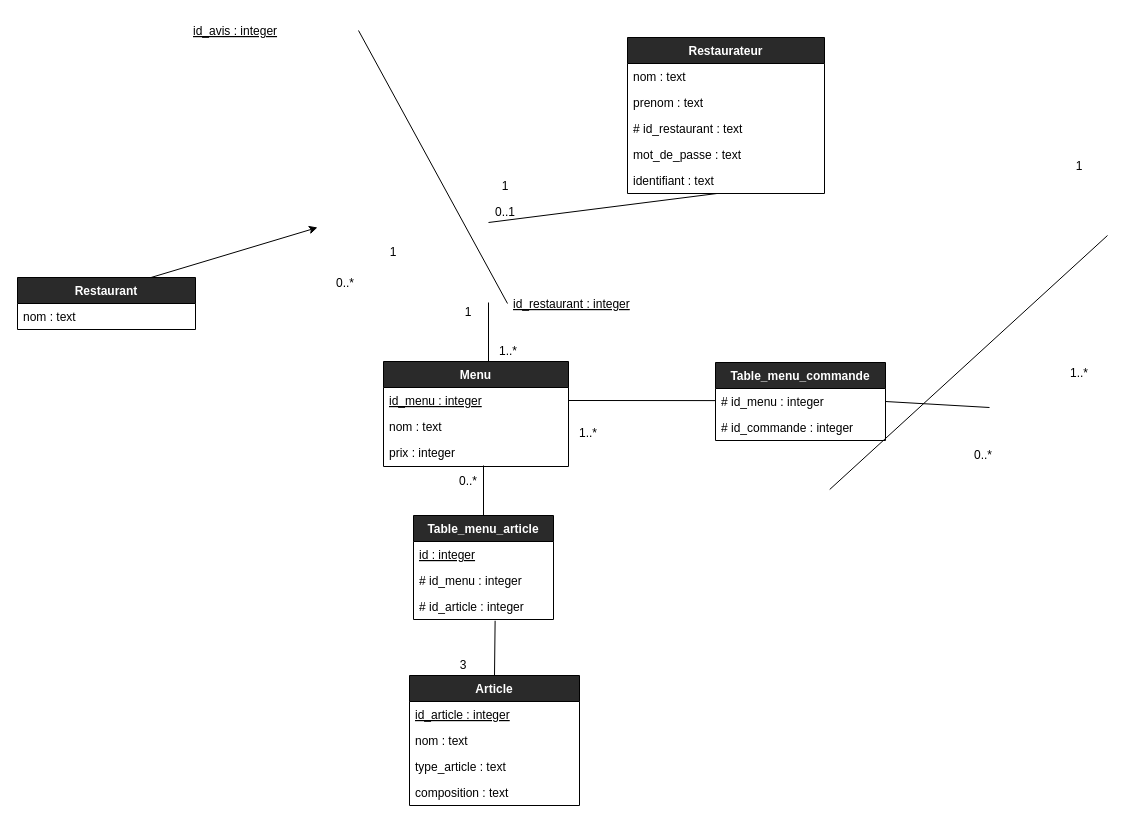
This is diagrammes/diagramme_logique.drawio from TheAIWizard/Ensaeats, a draw.io file, before an edit. Source tidied: cells renumbered, new cells numbered last; positions are measured from the earlier drawing's top-left corner, leaving out a move shared by most shapes. Both pictures are drawn from the tidied source at 100%, with x=0, y=0 at pixel (17, 17).
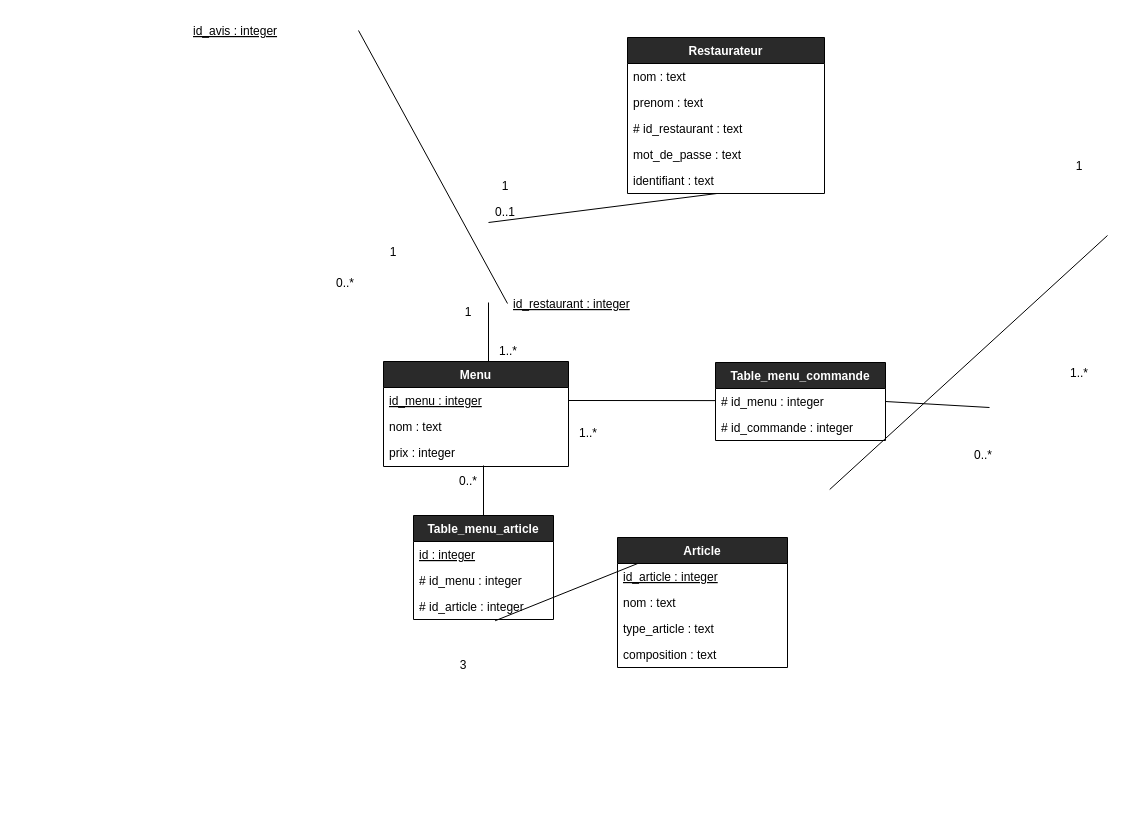
After the change.

Commit message:
diag logi

Diff of the diagram source:
```diff
@@
-    <mxCell id="14" style="edgeStyle=none;html=1;exitX=0.75;exitY=0;exitDx=0;exitDy=0;" parent="1" edge="1" source="15">
-      <mxGeometry relative="1" as="geometry">
-        <mxPoint x="300" y="210" as="targetPoint" />
-      </mxGeometry>
-    </mxCell>
-    <mxCell id="15" value="Restaurant" style="swimlane;fontStyle=1;horizontal=1;startSize=26;rounded=0;shadow=0;glass=0;sketch=0;fillColor=#2a2a2a;fontColor=#FFFFFF;" parent="1" vertex="1">
-      <mxGeometry y="260" width="178" height="52" as="geometry" />
-    </mxCell>
-    <mxCell id="16" value="nom : text" style="text;strokeColor=none;fillColor=none;align=left;verticalAlign=top;spacingLeft=4;spacingRight=4;overflow=hidden;rounded=0;shadow=0;glass=0;sketch=0;fontColor=#000000;" parent="15" vertex="1">
-      <mxGeometry y="26" width="178" height="26" as="geometry" />
-    </mxCell>
@@
     <mxCell id="26" value="Article" style="swimlane;fontStyle=1;horizontal=1;startSize=26;rounded=0;shadow=0;glass=0;sketch=0;fillColor=#2a2a2a;fontColor=#FFFFFF;" parent="1" vertex="1">
-      <mxGeometry x="392" y="658" width="170" height="130" as="geometry" />
+      <mxGeometry x="600" y="520" width="170" height="130" as="geometry" />
     </mxCell>
```
